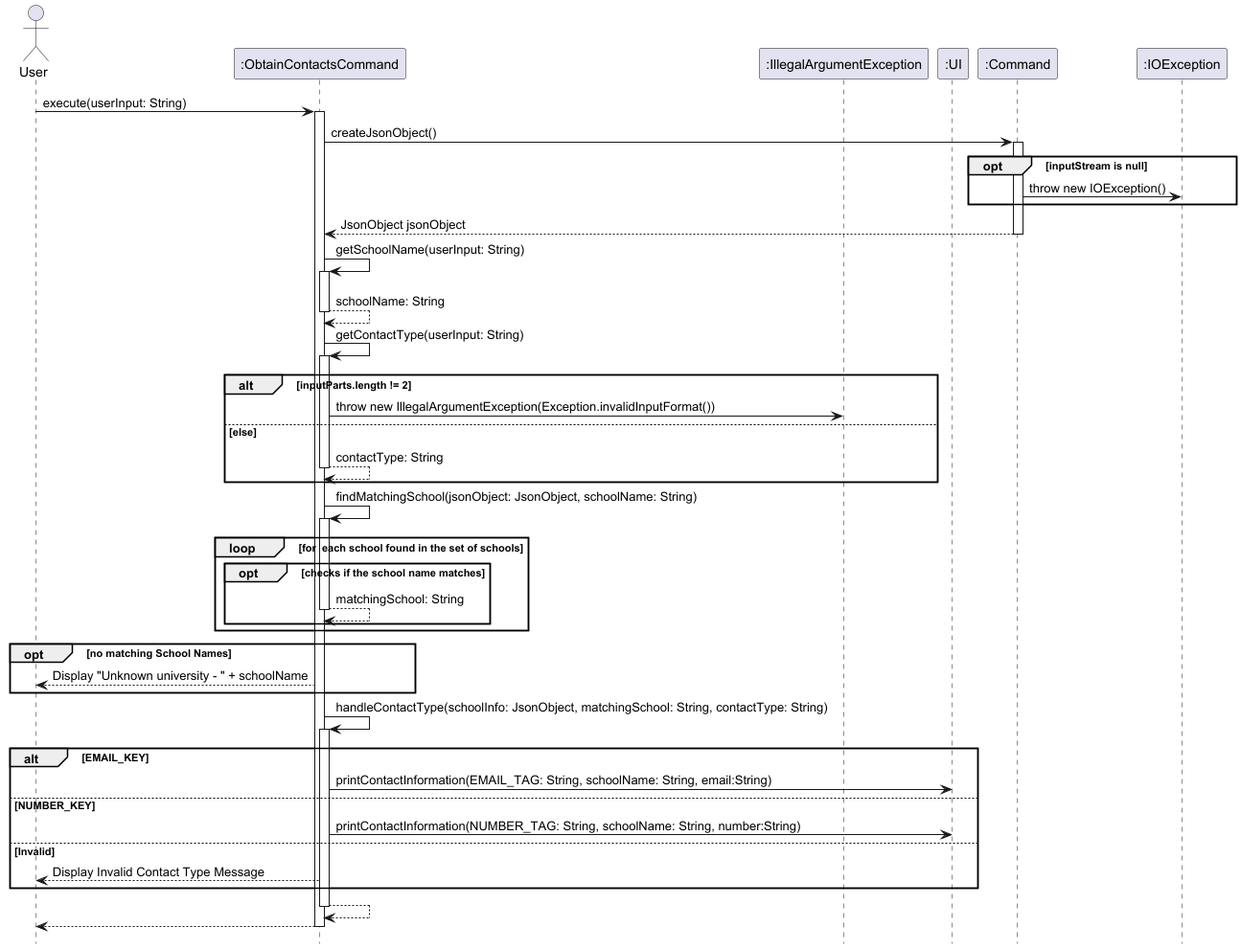
nus-cs2113-AY2425S1/tp keeps this PlantUML diagram as docs/images/ObtainContactsCommand.png. Above is the earlier version.
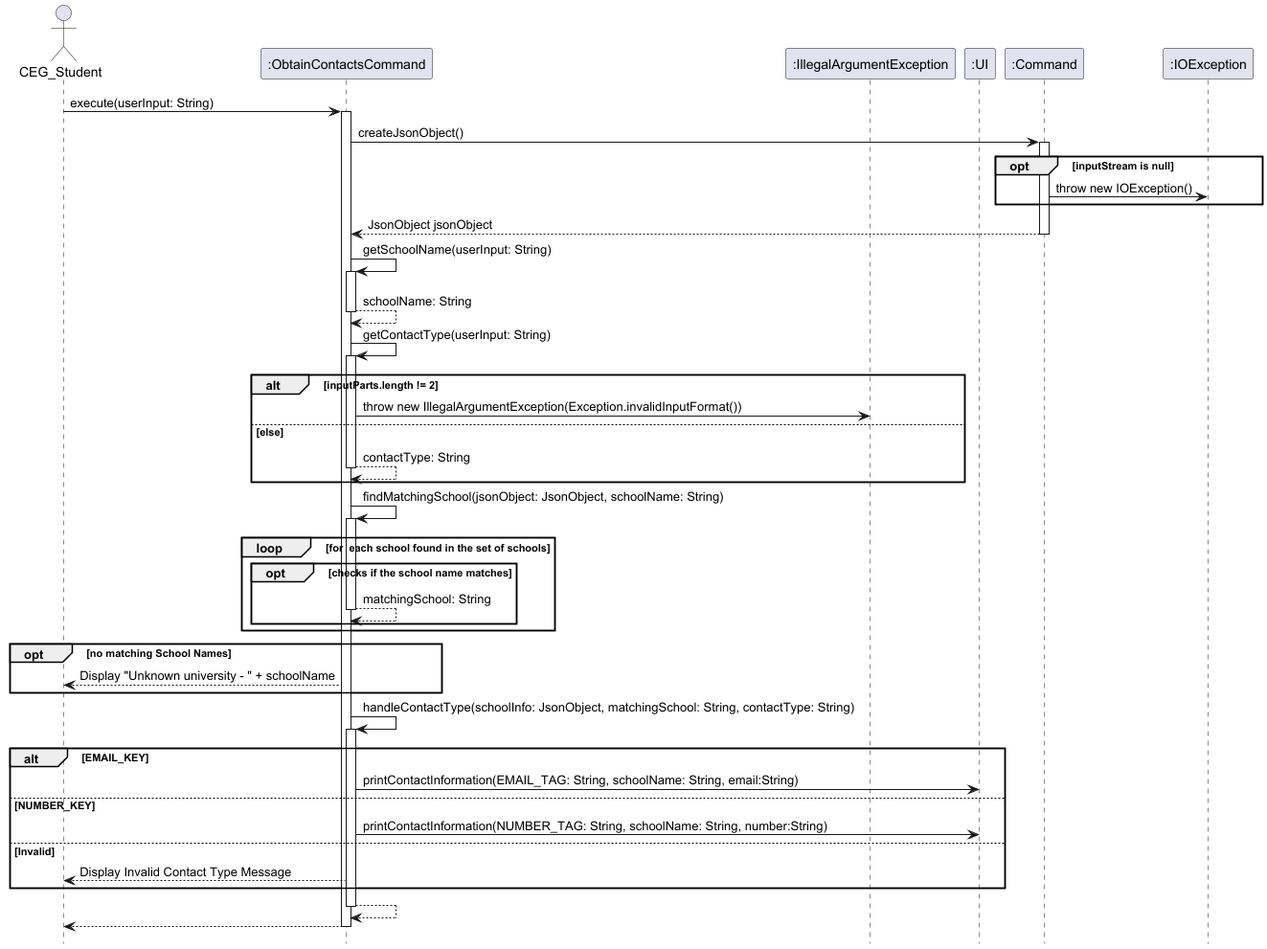
Later version of the same file.

The edit, as a diff of the source:
```diff
@@ -1,14 +1,14 @@
 @startuml
 hide footbox
 
-actor User
+actor CEG_Student
 participant ":ObtainContactsCommand" as ObtainContactsCommand
 participant ":IllegalArgumentException" as IllegalArgumentException
 participant ":UI" as UI
 participant ":Command" as Command
 participant ":IOException" as IOException
 
-User -> ObtainContactsCommand: execute(userInput: String)
+CEG_Student -> ObtainContactsCommand: execute(userInput: String)
 activate ObtainContactsCommand
 
 ObtainContactsCommand -> Command: createJsonObject()
@@ -44,7 +44,7 @@
 end
 
 opt no matching School Names
-    ObtainContactsCommand --> User: Display "Unknown university - " + schoolName
+    ObtainContactsCommand --> CEG_Student: Display "Unknown university - " + schoolName
 end
 
 ObtainContactsCommand -> ObtainContactsCommand: handleContactType(schoolInfo: JsonObject, matchingSchool: String, contactType: String)
@@ -55,14 +55,14 @@
 else NUMBER_KEY
     ObtainContactsCommand -> UI: printContactInformation(NUMBER_TAG: String, schoolName: String, number:String)
 else Invalid
-    ObtainContactsCommand --> User: Display Invalid Contact Type Message
+    ObtainContactsCommand --> CEG_Student: Display Invalid Contact Type Message
 end
 
 
 ObtainContactsCommand --> ObtainContactsCommand
 deactivate ObtainContactsCommand
 
-ObtainContactsCommand --> User
+ObtainContactsCommand --> CEG_Student
 
 deactivate ObtainContactsCommand
 
```
